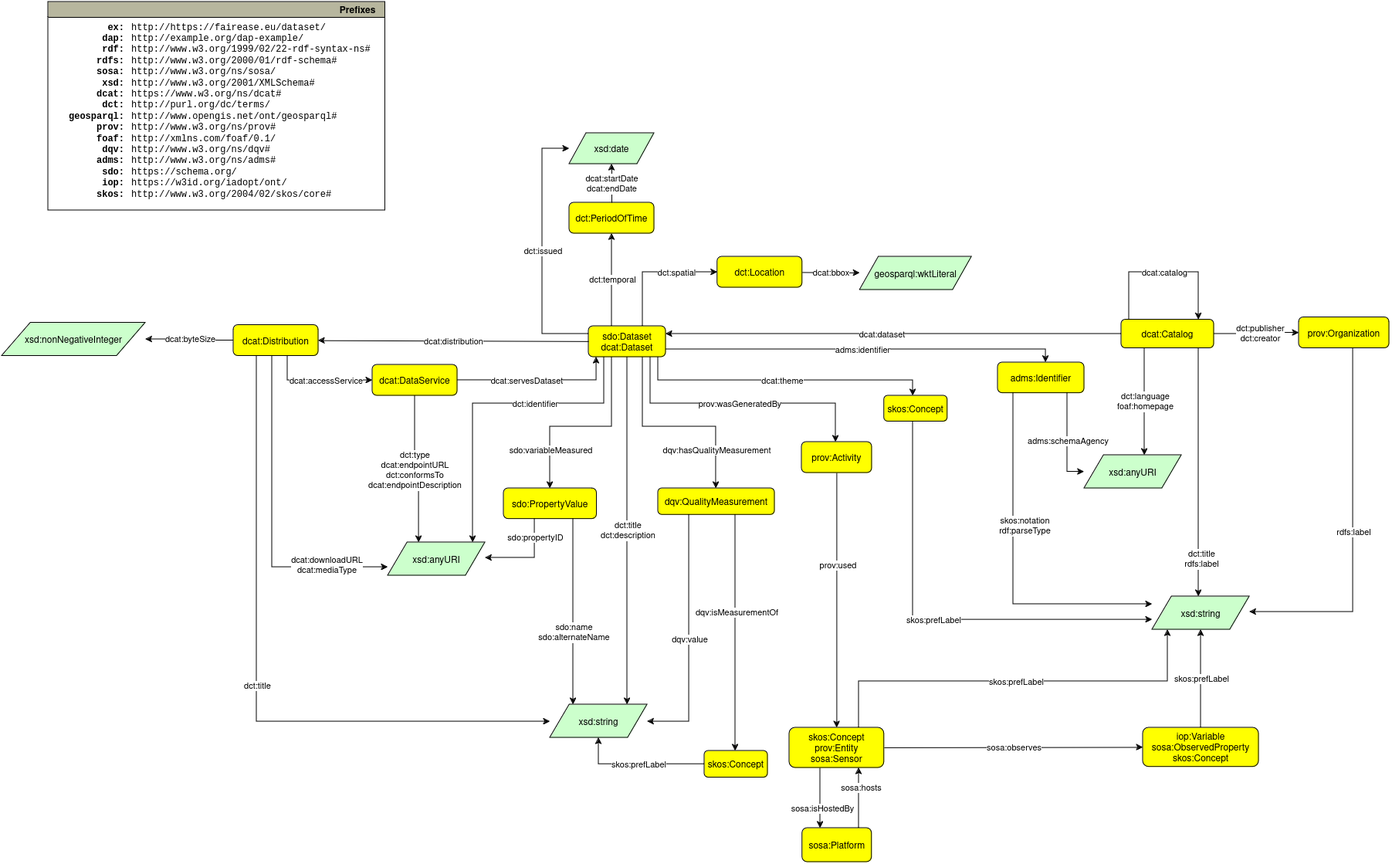
Above: Dataset/FE-DCAT-AP-class-diagram.drawio.png in fair-ease/asset-standards (draw.io), before the change. Source tidied: cells renumbered, new cells last; positions are measured from the earlier drawing's top-left corner, leaving out a move shared by most shapes.
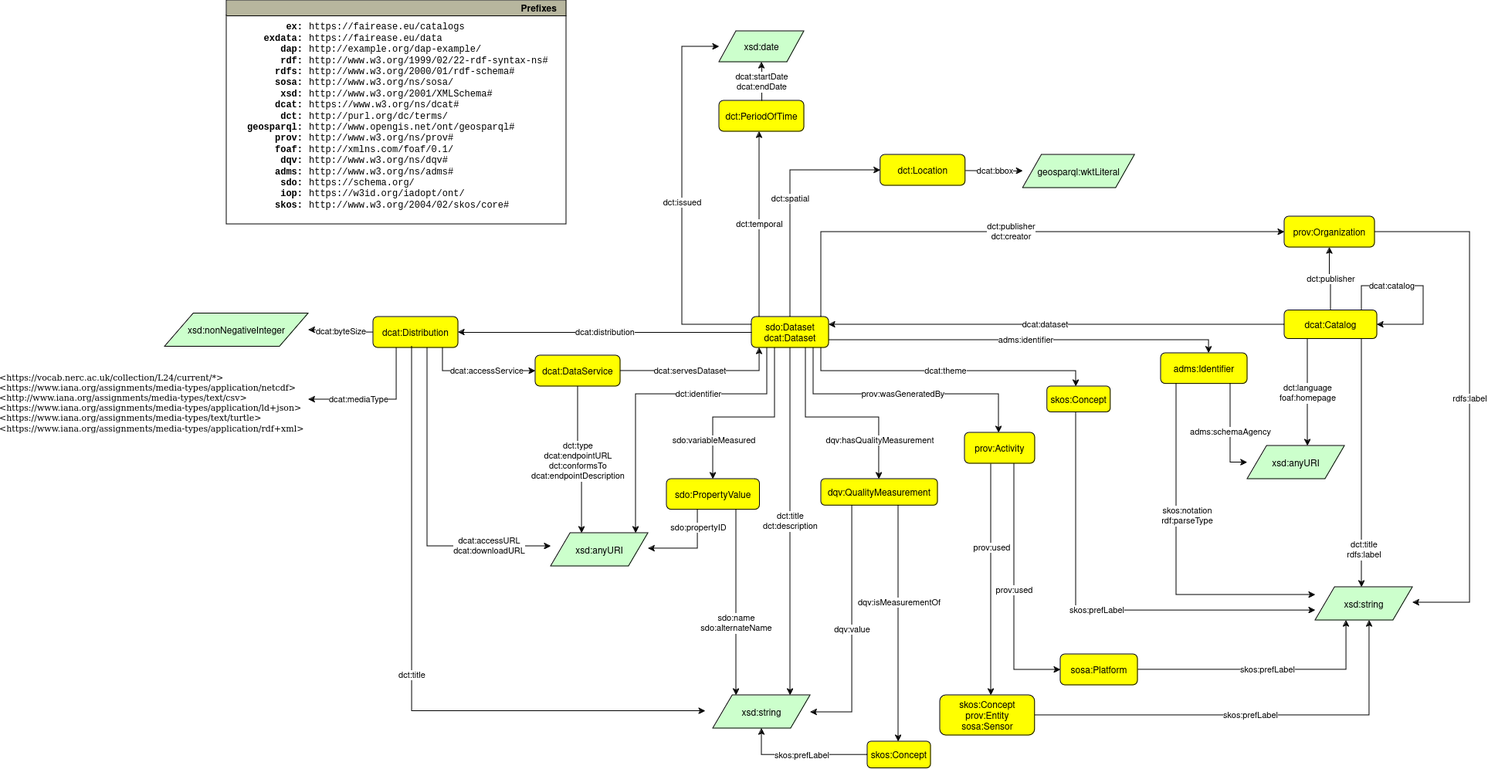
The same file after the commit.

Commit message:
Update diagram according to mediaType constraints (#1)

Change to the diagram source:
```diff
@@ -10,4 +10,5 @@
         <Array as="points">
-          <mxPoint x="1460" y="350" />
-          <mxPoint x="1550" y="350" />
+          <mxPoint x="1550" y="380" />
+          <mxPoint x="1630" y="380" />
+          <mxPoint x="1630" y="430" />
         </Array>
@@ -16,3 +17,5 @@
     <mxCell id="4" value="dcat:catalog" style="edgeLabel;html=1;align=center;verticalAlign=middle;" parent="3" vertex="1">
-      <mxGeometry relative="1" as="geometry" />
+      <mxGeometry relative="1" as="geometry">
+        <mxPoint x="-40" as="offset" />
+      </mxGeometry>
     </mxCell>
@@ -21,4 +24,4 @@
     </mxCell>
-    <mxCell id="6" value="&lt;div&gt;dct:publisher&lt;/div&gt;dct:creator" style="edgeLabel;html=1;align=center;verticalAlign=middle;" parent="5" vertex="1">
-      <mxGeometry x="0.09" y="-1" relative="1" as="geometry" />
+    <mxCell id="6" value="&lt;div&gt;dct:publisher&lt;/div&gt;" style="edgeLabel;html=1;align=center;verticalAlign=middle;" parent="5" vertex="1">
+      <mxGeometry relative="1" as="geometry" />
     </mxCell>
@@ -55,3 +58,3 @@
     <mxCell id="13" value="prov:Organization" style="graphMlID=n4;shape=rect;rounded=1;arcsize=30;fillColor=#ffff00;strokeColor=#000000;strokeWidth=1.0;" parent="1" vertex="1">
-      <mxGeometry x="1680" y="408.5" width="117" height="40" as="geometry" />
+      <mxGeometry x="1450" y="290" width="117" height="40" as="geometry" />
     </mxCell>
@@ -60,3 +63,4 @@
         <Array as="points">
-          <mxPoint x="1750" y="790" />
+          <mxPoint x="1690" y="310" />
+          <mxPoint x="1690" y="790" />
         </Array>
@@ -88,3 +92,3 @@
     <mxCell id="21" value="dcat:Distribution" style="graphMlID=n4;shape=rect;rounded=1;arcsize=30;fillColor=#ffff00;strokeColor=#000000;strokeWidth=1.0;" parent="1" vertex="1">
-      <mxGeometry x="300" y="418.5" width="110" height="40" as="geometry" />
+      <mxGeometry x="270" y="420" width="110" height="40" as="geometry" />
     </mxCell>
@@ -93,3 +97,3 @@
         <Array as="points">
-          <mxPoint x="370" y="490" />
+          <mxPoint x="360" y="490" />
         </Array>
@@ -108,3 +112,3 @@
         <Array as="points">
-          <mxPoint x="350" y="732" />
+          <mxPoint x="340" y="717" />
         </Array>
@@ -112,11 +116,13 @@
     </mxCell>
-    <mxCell id="26" value="&lt;div&gt;dcat:downloadURL&lt;/div&gt;dcat:mediaType" style="edgeLabel;html=1;align=center;verticalAlign=middle;" parent="25" vertex="1">
+    <mxCell id="26" value="&lt;div&gt;dcat:accessURL&lt;br&gt;&lt;/div&gt;&lt;div&gt;dcat:downloadURL&lt;/div&gt;" style="edgeLabel;html=1;align=center;verticalAlign=middle;" parent="25" vertex="1">
       <mxGeometry relative="1" as="geometry">
-        <mxPoint x="70" y="60" as="offset" />
+        <mxPoint x="80" y="48" as="offset" />
       </mxGeometry>
     </mxCell>
-    <mxCell id="27" style="rounded=0;jettySize=auto;html=1;edgeStyle=orthogonalEdgeStyle;" parent="1" edge="1" source="21" target="11">
+    <mxCell id="27" style="rounded=0;orthogonalLoop=1;jettySize=auto;html=1;edgeStyle=orthogonalEdgeStyle;" parent="1" edge="1">
       <mxGeometry relative="1" as="geometry">
+        <mxPoint x="320" y="458.5" as="sourcePoint" />
+        <mxPoint x="700" y="930.5" as="targetPoint" />
         <Array as="points">
-          <mxPoint x="330" y="932" />
+          <mxPoint x="320" y="930.5" />
         </Array>
@@ -200,4 +206,4 @@
         <Array as="points">
-          <mxPoint x="790" y="330" />
-          <mxPoint x="790" y="330" />
+          <mxPoint x="770" y="300" />
+          <mxPoint x="770" y="300" />
         </Array>
@@ -209,3 +215,3 @@
     <mxCell id="45" value="dct:PeriodOfTime" style="graphMlID=n4;shape=rect;rounded=1;arcsize=30;fillColor=#ffff00;strokeColor=#000000;strokeWidth=1.0;" parent="1" vertex="1">
-      <mxGeometry x="735" y="260" width="110" height="40" as="geometry" />
+      <mxGeometry x="718" y="140" width="110" height="40" as="geometry" />
     </mxCell>
@@ -218,3 +224,3 @@
     <mxCell id="48" value="xsd:date" style="graphMlID=n6;shape=parallelogram;fillColor=#ccffcc;strokeColor=#000000;strokeWidth=1.0;" parent="1" vertex="1">
-      <mxGeometry x="735" y="170" width="110" height="40" as="geometry" />
+      <mxGeometry x="718" y="50" width="110" height="40" as="geometry" />
     </mxCell>
@@ -223,3 +229,3 @@
         <Array as="points">
-          <mxPoint x="830" y="350" />
+          <mxPoint x="810" y="230" />
         </Array>
@@ -228,5 +234,3 @@
     <mxCell id="50" value="dct:spatial" style="edgeLabel;html=1;align=center;verticalAlign=middle;" parent="49" vertex="1">
-      <mxGeometry relative="1" as="geometry">
-        <mxPoint x="30" as="offset" />
-      </mxGeometry>
+      <mxGeometry relative="1" as="geometry" />
     </mxCell>
@@ -239,6 +243,6 @@
     <mxCell id="53" value="dct:Location" style="graphMlID=n4;shape=rect;rounded=1;arcsize=30;fillColor=#ffff00;strokeColor=#000000;strokeWidth=1.0;" parent="1" vertex="1">
-      <mxGeometry x="926.9" y="330" width="110" height="40" as="geometry" />
+      <mxGeometry x="926.9" y="210" width="110" height="40" as="geometry" />
     </mxCell>
     <mxCell id="54" value="geosparql:wktLiteral" style="graphMlID=n6;shape=parallelogram;fillColor=#ccffcc;strokeColor=#000000;strokeWidth=1.0;size=0.16802884615384528;" parent="1" vertex="1">
-      <mxGeometry x="1111.3" y="330" width="144.9" height="43" as="geometry" />
+      <mxGeometry x="1111.3" y="210" width="144.9" height="43" as="geometry" />
     </mxCell>
@@ -312,4 +316,4 @@
         <Array as="points">
-          <mxPoint x="700" y="430" />
-          <mxPoint x="700" y="190" />
+          <mxPoint x="670" y="430" />
+          <mxPoint x="670" y="70" />
         </Array>
@@ -404,3 +408,8 @@
     <mxCell id="85" style="rounded=0;jettySize=auto;html=1;edgeStyle=orthogonalEdgeStyle;" parent="1" edge="1" source="87" target="92">
-      <mxGeometry relative="1" as="geometry" />
+      <mxGeometry relative="1" as="geometry">
+        <Array as="points">
+          <mxPoint x="1070" y="777" />
+          <mxPoint x="1070" y="777" />
+        </Array>
+      </mxGeometry>
     </mxCell>
@@ -412,13 +421,6 @@
     </mxCell>
-    <mxCell id="88" style="rounded=0;jettySize=auto;html=1;" parent="1" edge="1" source="92" target="95">
-      <mxGeometry relative="1" as="geometry" />
-    </mxCell>
-    <mxCell id="89" value="sosa:observes" style="edgeLabel;html=1;align=center;verticalAlign=middle;" parent="88" vertex="1">
-      <mxGeometry relative="1" as="geometry" />
-    </mxCell>
-    <mxCell id="90" style="rounded=0;jettySize=auto;html=1;edgeStyle=orthogonalEdgeStyle;" parent="1" edge="1" source="92" target="100">
+    <mxCell id="90" style="rounded=0;jettySize=auto;html=1;edgeStyle=orthogonalEdgeStyle;" parent="1" edge="1" source="87" target="100">
       <mxGeometry relative="1" as="geometry">
         <Array as="points">
-          <mxPoint x="1060" y="1050" />
-          <mxPoint x="1060" y="1050" />
+          <mxPoint x="1100" y="877" />
         </Array>
@@ -426,9 +428,7 @@
     </mxCell>
-    <mxCell id="91" value="sosa:isHostedBy" style="edgeLabel;html=1;align=center;verticalAlign=middle;" parent="90" vertex="1">
-      <mxGeometry relative="1" as="geometry">
-        <mxPoint x="2" y="13" as="offset" />
-      </mxGeometry>
+    <mxCell id="91" value="prov:used" style="edgeLabel;html=1;align=center;verticalAlign=middle;" parent="90" vertex="1">
+      <mxGeometry relative="1" as="geometry" />
     </mxCell>
     <mxCell id="92" value="skos:Concept&#10;prov:Entity&#10;sosa:Sensor" style="graphMlID=n4;shape=rect;rounded=1;arcsize=30;fillColor=#ffff00;strokeColor=#000000;strokeWidth=1.0;" parent="1" vertex="1">
-      <mxGeometry x="1020" y="940" width="122.8" height="52" as="geometry" />
+      <mxGeometry x="1004.1" y="910" width="122.8" height="52" as="geometry" />
     </mxCell>
@@ -437,4 +437,3 @@
         <Array as="points">
-          <mxPoint x="1110" y="880" />
-          <mxPoint x="1510" y="880" />
+          <mxPoint x="1560" y="936" />
         </Array>
@@ -445,7 +444,8 @@
     </mxCell>
-    <mxCell id="95" value="iop:Variable&#10;sosa:ObservedProperty&#10;skos:Concept" style="graphMlID=n4;shape=rect;rounded=1;arcsize=30;fillColor=#ffff00;strokeColor=#000000;strokeWidth=1.0;" parent="1" vertex="1">
-      <mxGeometry x="1478" y="940" width="150" height="50.7" as="geometry" />
-    </mxCell>
-    <mxCell id="96" style="rounded=0;jettySize=auto;html=1;edgeStyle=orthogonalEdgeStyle;" parent="1" edge="1" source="95" target="102">
-      <mxGeometry relative="1" as="geometry" />
+    <mxCell id="96" style="rounded=0;jettySize=auto;html=1;edgeStyle=orthogonalEdgeStyle;" parent="1" edge="1" source="100" target="102">
+      <mxGeometry relative="1" as="geometry">
+        <Array as="points">
+          <mxPoint x="1530" y="877" />
+        </Array>
+      </mxGeometry>
     </mxCell>
@@ -454,18 +454,2 @@
     </mxCell>
-    <mxCell id="98" style="rounded=0;jettySize=auto;html=1;edgeStyle=orthogonalEdgeStyle;" parent="1" edge="1" source="100" target="92">
-      <mxGeometry relative="1" as="geometry">
-        <Array as="points">
-          <mxPoint x="1110" y="1050" />
-          <mxPoint x="1110" y="1050" />
-        </Array>
-      </mxGeometry>
-    </mxCell>
-    <mxCell id="99" value="sosa:hosts" style="edgeLabel;html=1;align=center;verticalAlign=middle;" parent="98" vertex="1">
-      <mxGeometry relative="1" as="geometry">
-        <mxPoint x="2" y="-13" as="offset" />
-      </mxGeometry>
-    </mxCell>
-    <mxCell id="100" value="sosa:Platform" style="graphMlID=n4;shape=rect;rounded=1;arcsize=30;fillColor=#ffff00;strokeColor=#000000;strokeWidth=1.0;" parent="1" vertex="1">
-      <mxGeometry x="1036.9" y="1070" width="90" height="44" as="geometry" />
-    </mxCell>
     <mxCell id="101" value="xsd:anyURI" style="graphMlID=n6;shape=parallelogram;fillColor=#ccffcc;strokeColor=#000000;strokeWidth=1.0;" parent="1" vertex="1">
@@ -476,11 +460,40 @@
     </mxCell>
+    <mxCell id="106" style="rounded=0;jettySize=auto;html=1;edgeStyle=orthogonalEdgeStyle;" parent="1" edge="1" source="18" target="13">
+      <mxGeometry relative="1" as="geometry">
+        <Array as="points">
+          <mxPoint x="850" y="310" />
+        </Array>
+      </mxGeometry>
+    </mxCell>
+    <mxCell id="107" value="&lt;div&gt;dct:publisher&lt;/div&gt;dct:creator" style="edgeLabel;html=1;align=center;verticalAlign=middle;" parent="106" vertex="1">
+      <mxGeometry relative="1" as="geometry" />
+    </mxCell>
     <mxCell id="103" value="Prefixes" style="graphMlID=n0;shape=swimlane;startSize=20;fillColor=#b7b69e;strokeColor=#000000;strokeWidth=1.0;align=right;spacingRight=10;fontStyle=1;" parent="1" vertex="1">
-      <mxGeometry x="60" width="436.4" height="270" as="geometry" />
+      <mxGeometry x="80" y="10" width="440" height="290" as="geometry" />
     </mxCell>
-    <mxCell id="104" value="&lt;div align=&quot;right&quot;&gt;&lt;b&gt;ex:&lt;/b&gt;&lt;br&gt;&lt;b&gt;dap:&lt;/b&gt;&lt;br&gt;&lt;/div&gt;&lt;div align=&quot;right&quot;&gt;&lt;b&gt;rdf:&lt;/b&gt;&lt;/div&gt;&lt;div align=&quot;right&quot;&gt;&lt;b&gt;rdfs:&lt;/b&gt;&lt;/div&gt;&lt;div align=&quot;right&quot;&gt;&lt;b&gt;sosa:&lt;/b&gt;&lt;/div&gt;&lt;div align=&quot;right&quot;&gt;&lt;b&gt;xsd:&lt;/b&gt;&lt;/div&gt;&lt;div align=&quot;right&quot;&gt;&lt;b&gt;dcat:&lt;/b&gt;&lt;/div&gt;&lt;div align=&quot;right&quot;&gt;&lt;b&gt;dct:&lt;/b&gt;&lt;/div&gt;&lt;div align=&quot;right&quot;&gt;&lt;b&gt;geosparql:&lt;/b&gt;&lt;/div&gt;&lt;div align=&quot;right&quot;&gt;&lt;b&gt;prov:&lt;/b&gt;&lt;/div&gt;&lt;div align=&quot;right&quot;&gt;&lt;b&gt;foaf:&lt;/b&gt;&lt;/div&gt;&lt;div align=&quot;right&quot;&gt;&lt;b&gt;dqv:&lt;/b&gt;&lt;/div&gt;&lt;div align=&quot;right&quot;&gt;&lt;b&gt;adms:&lt;/b&gt;&lt;/div&gt;&lt;div align=&quot;right&quot;&gt;&lt;b&gt;sdo:&lt;/b&gt;&lt;/div&gt;&lt;div align=&quot;right&quot;&gt;&lt;b&gt;iop:&lt;/b&gt;&lt;/div&gt;&lt;div align=&quot;right&quot;&gt;&lt;b&gt;skos:&lt;br&gt;&lt;/b&gt;&lt;/div&gt;" style="text;html=1;align=right;verticalAlign=middle;fontFamily=Courier New;" parent="103" vertex="1">
-      <mxGeometry y="21.1" width="100" height="240" as="geometry" />
-    </mxCell>
-    <mxCell id="105" value="http://https://fairease.eu/dataset/&lt;br&gt;&lt;div&gt;http://example.org/dap-example/&lt;/div&gt;&lt;div&gt;http://www.w3.org/1999/02/22-rdf-syntax-ns#&lt;/div&gt;&lt;div&gt;http://www.w3.org/2000/01/rdf-schema#&lt;/div&gt;&lt;div&gt;http://www.w3.org/ns/sosa/&lt;/div&gt;&lt;div&gt;http://www.w3.org/2001/XMLSchema#&lt;/div&gt;&lt;div&gt;https://www.w3.org/ns/dcat#&lt;/div&gt;&lt;div&gt;http://purl.org/dc/terms/&lt;/div&gt;&lt;div&gt;http://www.opengis.net/ont/geosparql#&lt;/div&gt;&lt;div&gt;http://www.w3.org/ns/prov#&lt;/div&gt;&lt;div&gt;http://xmlns.com/foaf/0.1/&lt;/div&gt;&lt;div&gt;http://www.w3.org/ns/dqv#&lt;/div&gt;&lt;div&gt;http://www.w3.org/ns/adms#&lt;/div&gt;&lt;div&gt;https://schema.org/&lt;/div&gt;&lt;div&gt;https://w3id.org/iadopt/ont/&lt;/div&gt;&lt;div&gt;http://www.w3.org/2004/02/skos/core#&lt;/div&gt;" style="text;html=1;align=left;verticalAlign=middle;fontFamily=Courier New;" parent="103" vertex="1">
-      <mxGeometry x="106.4" y="21.1" width="330" height="240" as="geometry" />
-    </mxCell>
+    <mxCell id="108" value="&lt;div align=&quot;right&quot;&gt;&lt;b&gt;ex:&lt;/b&gt;&lt;/div&gt;&lt;div align=&quot;right&quot;&gt;&lt;b&gt;exdata:&lt;/b&gt;&lt;br&gt;&lt;b&gt;dap:&lt;/b&gt;&lt;br&gt;&lt;/div&gt;&lt;div align=&quot;right&quot;&gt;&lt;b&gt;rdf:&lt;/b&gt;&lt;/div&gt;&lt;div align=&quot;right&quot;&gt;&lt;b&gt;rdfs:&lt;/b&gt;&lt;/div&gt;&lt;div align=&quot;right&quot;&gt;&lt;b&gt;sosa:&lt;/b&gt;&lt;/div&gt;&lt;div align=&quot;right&quot;&gt;&lt;b&gt;xsd:&lt;/b&gt;&lt;/div&gt;&lt;div align=&quot;right&quot;&gt;&lt;b&gt;dcat:&lt;/b&gt;&lt;/div&gt;&lt;div align=&quot;right&quot;&gt;&lt;b&gt;dct:&lt;/b&gt;&lt;/div&gt;&lt;div align=&quot;right&quot;&gt;&lt;b&gt;geosparql:&lt;/b&gt;&lt;/div&gt;&lt;div align=&quot;right&quot;&gt;&lt;b&gt;prov:&lt;/b&gt;&lt;/div&gt;&lt;div align=&quot;right&quot;&gt;&lt;b&gt;foaf:&lt;/b&gt;&lt;/div&gt;&lt;div align=&quot;right&quot;&gt;&lt;b&gt;dqv:&lt;/b&gt;&lt;/div&gt;&lt;div align=&quot;right&quot;&gt;&lt;b&gt;adms:&lt;/b&gt;&lt;/div&gt;&lt;div align=&quot;right&quot;&gt;&lt;b&gt;sdo:&lt;/b&gt;&lt;/div&gt;&lt;div align=&quot;right&quot;&gt;&lt;b&gt;iop:&lt;/b&gt;&lt;/div&gt;&lt;div align=&quot;right&quot;&gt;&lt;b&gt;skos:&lt;br&gt;&lt;/b&gt;&lt;/div&gt;" style="text;html=1;align=right;verticalAlign=middle;fontFamily=Courier New;" parent="103" vertex="1">
+      <mxGeometry y="20" width="100" height="260" as="geometry" />
+    </mxCell>
+    <mxCell id="109" value="&lt;div&gt;https://fairease.eu/catalogs&lt;/div&gt;&lt;div&gt;https://fairease.eu/data&lt;/div&gt;&lt;div&gt;http://example.org/dap-example/&lt;/div&gt;&lt;div&gt;http://www.w3.org/1999/02/22-rdf-syntax-ns#&lt;/div&gt;&lt;div&gt;http://www.w3.org/2000/01/rdf-schema#&lt;/div&gt;&lt;div&gt;http://www.w3.org/ns/sosa/&lt;/div&gt;&lt;div&gt;http://www.w3.org/2001/XMLSchema#&lt;/div&gt;&lt;div&gt;https://www.w3.org/ns/dcat#&lt;/div&gt;&lt;div&gt;http://purl.org/dc/terms/&lt;/div&gt;&lt;div&gt;http://www.opengis.net/ont/geosparql#&lt;/div&gt;&lt;div&gt;http://www.w3.org/ns/prov#&lt;/div&gt;&lt;div&gt;http://xmlns.com/foaf/0.1/&lt;/div&gt;&lt;div&gt;http://www.w3.org/ns/dqv#&lt;/div&gt;&lt;div&gt;http://www.w3.org/ns/adms#&lt;/div&gt;&lt;div&gt;https://schema.org/&lt;/div&gt;&lt;div&gt;https://w3id.org/iadopt/ont/&lt;/div&gt;&lt;div&gt;http://www.w3.org/2004/02/skos/core#&lt;/div&gt;" style="text;html=1;align=left;verticalAlign=middle;fontFamily=Courier New;" parent="103" vertex="1">
+      <mxGeometry x="105" y="20" width="330" height="260" as="geometry" />
+    </mxCell>
+    <mxCell id="100" value="sosa:Platform" style="graphMlID=n4;shape=rect;rounded=1;arcsize=30;fillColor=#ffff00;strokeColor=#000000;strokeWidth=1.0;" parent="1" vertex="1">
+      <mxGeometry x="1160" y="857" width="100" height="40" as="geometry" />
+    </mxCell>
+    <mxCell id="110" value="&lt;div&gt;&amp;lt;https://vocab.nerc.ac.uk/collection/L24/current/*&amp;gt;&lt;/div&gt;&lt;div&gt;&amp;lt;https://www.iana.org/assignments/media-types/application/netcdf&amp;gt;&lt;/div&gt;&lt;div&gt;&amp;lt;http://www.iana.org/assignments/media-types/text/csv&amp;gt;&lt;br&gt;&lt;/div&gt;&lt;div&gt;&amp;lt;https://www.iana.org/assignments/media-types/application/ld+json&amp;gt;&lt;/div&gt;&amp;lt;https://www.iana.org/assignments/media-types/text/turtle&amp;gt;&lt;br&gt;&lt;div&gt;&amp;lt;https://www.iana.org/assignments/media-types/application/rdf+xml&amp;gt;&lt;/div&gt;" style="text;html=1;spacing=0;align=left;fontFamily=dialog;fontSize=11;fontStyle=0;fontColor=#000000;" parent="1" vertex="1">
+      <mxGeometry x="-213.9" y="487" width="400" height="88.8" as="geometry" />
+    </mxCell>
+    <mxCell id="111" style="rounded=0;jettySize=auto;html=1;edgeStyle=orthogonalEdgeStyle;" parent="1" edge="1" target="110">
+      <mxGeometry relative="1" as="geometry">
+        <mxPoint x="300" y="460" as="sourcePoint" />
+        <Array as="points">
+          <mxPoint x="300" y="527" />
+        </Array>
+      </mxGeometry>
+    </mxCell>
+    <mxCell id="112" value="&lt;div&gt;dcat:mediaType&lt;/div&gt;" style="edgeLabel;html=1;align=center;verticalAlign=middle;" parent="111" vertex="1">
+      <mxGeometry relative="1" as="geometry">
+        <mxPoint x="-26" as="offset" />
+      </mxGeometry>
+    </mxCell>
   </root>
```
